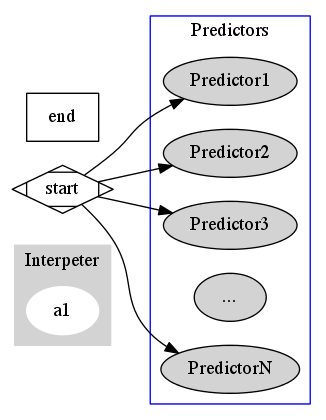
Above: interpreter/diagram.png in jakerockland/all-about-the-benjamins (Graphviz), before the change. Its source is kept beside it as interpreter/diagram.dot.
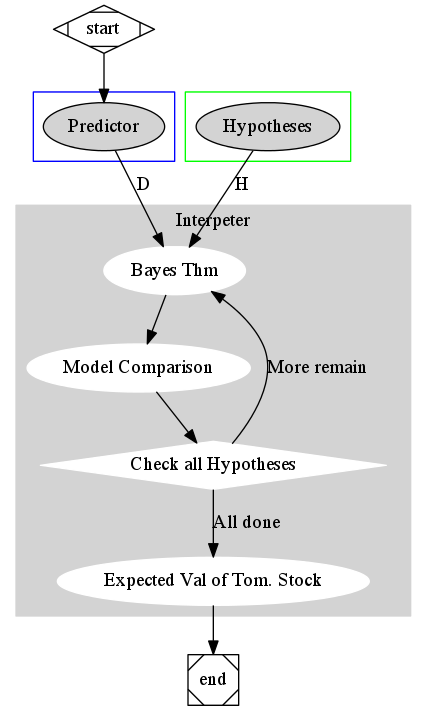
After the commit.

What changed in the source:
```diff
@@ -1,30 +1,34 @@
 digraph G{
-	rankdir=LR
-
 	subgraph cluster_interpreter {
 		style=filled;
 		color=lightgrey;
 		node [style=filled,color=white];
-		a1;
-		label = "Interpeter";
+		"Bayes Thm"->"Model Comparison"->"Check all Hypotheses";
+		"Check all Hypotheses"->"Expected Val of Tom. Stock" [label = "All done"];
+		"Check all Hypotheses" [shape=diamond];
+		"Check all Hypotheses"->"Bayes Thm" [label = "More remain"];
+		label = "Interpeter"
 	}
 
 	subgraph cluster_predictors {
 		node [style=filled];
-		Predictor1;
-		Predictor2;
-		Predictor3;
-		"...";
-		PredictorN;
-		label = "Predictors"
-		color = blue
+		Predictor;
+		color = blue;
 	}
 
-	start->Predictor1;
-	start->Predictor2;
-	start->Predictor3;
-	start->PredictorN;
+	subgraph cluster_hypotheses {
+		node [style=filled];
+		Hypotheses;
+		color = green;
+	}
+	start->Predictor;
+
+	Predictor->"Bayes Thm" [label="D"];
+
+	Hypotheses->"Bayes Thm" [label="H"];
+
+	"Expected Val of Tom. Stock"->end;
 
 	start [shape=Mdiamond];
-	end [shape=Mquare];
+	end [shape=Msquare];
 }
```
